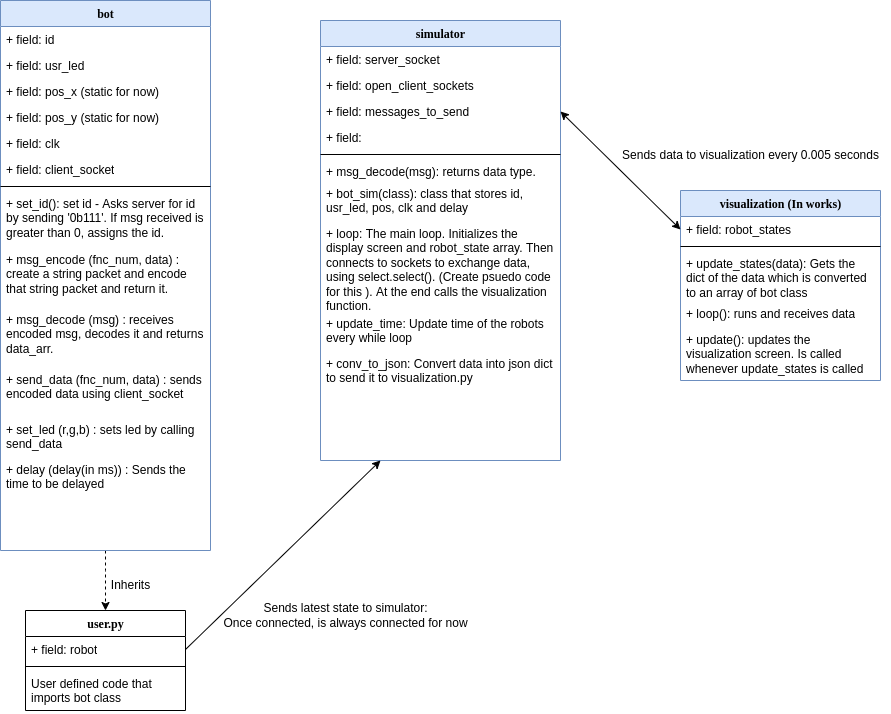
michelleezhang/swarm-simulator keeps this draw.io diagram as .github/images/workflow.drawio.png. Above is the earlier version. Source tidied: cells renumbered, new cells last; positions are measured from the earlier drawing's top-left corner, leaving out a move shared by most shapes.
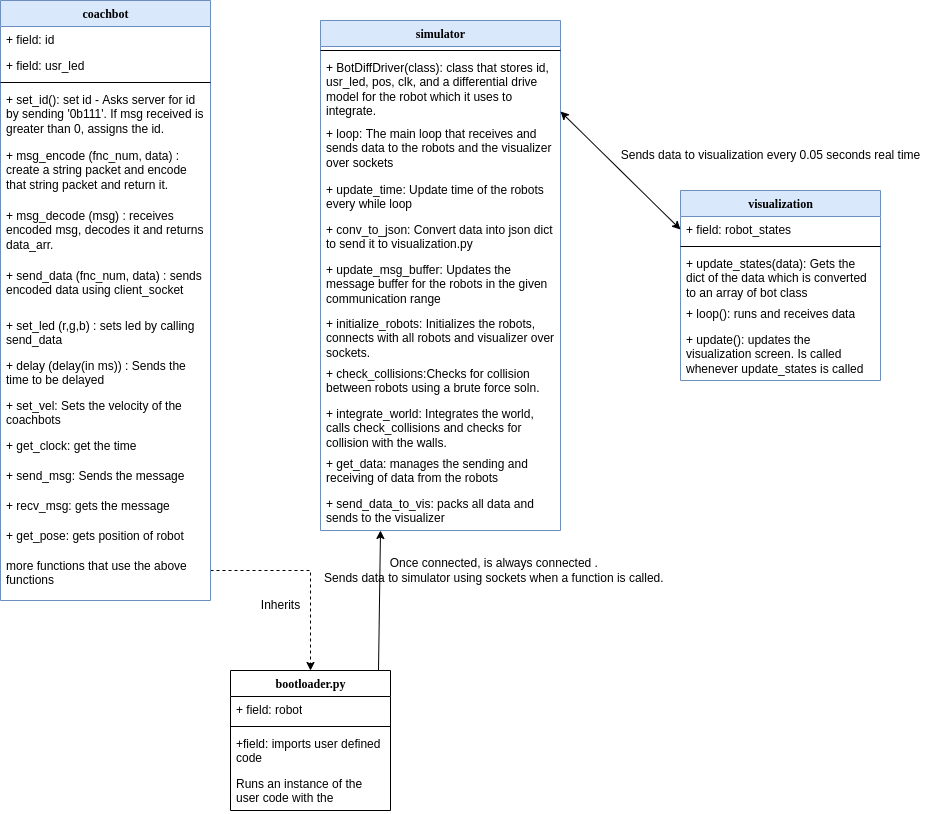
Later version of the same file.

Change to the diagram source:
```diff
@@ -10,8 +10,8 @@
         </Array>
       </mxGeometry>
     </mxCell>
-    <mxCell id="3" value="bot" style="swimlane;html=1;fontStyle=1;align=center;verticalAlign=top;horizontal=1;startSize=26;swimlaneFillColor=#ffffff;rounded=0;shadow=0;comic=0;labelBackgroundColor=none;strokeWidth=1;fillColor=#dae8fc;fontFamily=Verdana;fontSize=12;strokeColor=#6c8ebf;" parent="1" vertex="1">
-      <mxGeometry width="210" height="550" as="geometry" />
+    <mxCell id="3" value="coachbot" style="swimlane;html=1;fontStyle=1;align=center;verticalAlign=top;horizontal=1;startSize=26;swimlaneFillColor=#ffffff;rounded=0;shadow=0;comic=0;labelBackgroundColor=none;strokeWidth=1;fillColor=#dae8fc;fontFamily=Verdana;fontSize=12;strokeColor=#6c8ebf;" parent="1" vertex="1">
+      <mxGeometry width="210" height="600" as="geometry" />
     </mxCell>
     <mxCell id="4" value="+ field: id" style="text;html=1;strokeColor=none;fillColor=none;align=left;verticalAlign=top;spacingLeft=4;spacingRight=4;whiteSpace=wrap;overflow=hidden;" parent="3" vertex="1">
       <mxGeometry y="26" width="210" height="26" as="geometry" />
@@ -19,74 +19,83 @@
     <mxCell id="5" value="+ field: usr_led" style="text;html=1;strokeColor=none;fillColor=none;align=left;verticalAlign=top;spacingLeft=4;spacingRight=4;whiteSpace=wrap;overflow=hidden;" parent="3" vertex="1">
       <mxGeometry y="52" width="210" height="26" as="geometry" />
     </mxCell>
-    <mxCell id="6" value="+ field: pos_x (static for now)" style="text;html=1;strokeColor=none;fillColor=none;align=left;verticalAlign=top;spacingLeft=4;spacingRight=4;whiteSpace=wrap;overflow=hidden;" parent="3" vertex="1">
-      <mxGeometry y="78" width="210" height="26" as="geometry" />
-    </mxCell>
-    <mxCell id="7" value="+ field: pos_y (static for now)" style="text;html=1;strokeColor=none;fillColor=none;align=left;verticalAlign=top;spacingLeft=4;spacingRight=4;whiteSpace=wrap;overflow=hidden;" parent="3" vertex="1">
-      <mxGeometry y="104" width="210" height="26" as="geometry" />
-    </mxCell>
-    <mxCell id="8" value="+ field: clk" style="text;html=1;strokeColor=none;fillColor=none;align=left;verticalAlign=top;spacingLeft=4;spacingRight=4;whiteSpace=wrap;overflow=hidden;" parent="3" vertex="1">
-      <mxGeometry y="130" width="210" height="26" as="geometry" />
-    </mxCell>
-    <mxCell id="9" value="+ field: client_socket" style="text;html=1;strokeColor=none;fillColor=none;align=left;verticalAlign=top;spacingLeft=4;spacingRight=4;whiteSpace=wrap;overflow=hidden;" parent="3" vertex="1">
-      <mxGeometry y="156" width="210" height="26" as="geometry" />
-    </mxCell>
     <mxCell id="10" style="line;html=1;strokeWidth=1;fillColor=none;align=left;verticalAlign=middle;spacingTop=-1;spacingLeft=3;spacingRight=3;labelPosition=right;" parent="3" vertex="1">
-      <mxGeometry y="182" width="210" height="8" as="geometry" />
+      <mxGeometry y="78" width="210" height="8" as="geometry" />
     </mxCell>
     <mxCell id="11" value="+ set_id(): set id - Asks server for id by sending '0b111'. If msg received is greater than 0, assigns the id.&amp;nbsp;" style="text;html=1;strokeColor=none;fillColor=none;align=left;verticalAlign=top;spacingLeft=4;spacingRight=4;whiteSpace=wrap;overflow=hidden;" parent="3" vertex="1">
-      <mxGeometry y="190" width="210" height="56" as="geometry" />
+      <mxGeometry y="86" width="210" height="56" as="geometry" />
     </mxCell>
     <mxCell id="12" value="+ msg_encode (fnc_num, data) : create a string packet and encode that string packet and return it.&amp;nbsp;" style="text;html=1;strokeColor=none;fillColor=none;align=left;verticalAlign=top;spacingLeft=4;spacingRight=4;whiteSpace=wrap;overflow=hidden;" parent="3" vertex="1">
-      <mxGeometry y="246" width="210" height="60" as="geometry" />
+      <mxGeometry y="142" width="210" height="60" as="geometry" />
     </mxCell>
     <mxCell id="13" value="+ msg_decode (msg) : receives encoded msg, decodes it and returns data_arr.&amp;nbsp;" style="text;html=1;strokeColor=none;fillColor=none;align=left;verticalAlign=top;spacingLeft=4;spacingRight=4;whiteSpace=wrap;overflow=hidden;" parent="3" vertex="1">
-      <mxGeometry y="306" width="210" height="60" as="geometry" />
+      <mxGeometry y="202" width="210" height="60" as="geometry" />
     </mxCell>
     <mxCell id="14" value="+ send_data (fnc_num, data) : sends encoded data using client_socket&amp;nbsp;" style="text;html=1;strokeColor=none;fillColor=none;align=left;verticalAlign=top;spacingLeft=4;spacingRight=4;whiteSpace=wrap;overflow=hidden;" parent="3" vertex="1">
-      <mxGeometry y="366" width="210" height="50" as="geometry" />
+      <mxGeometry y="262" width="210" height="50" as="geometry" />
     </mxCell>
     <mxCell id="15" value="+ set_led (r,g,b) : sets led by calling send_data&amp;nbsp;" style="text;html=1;strokeColor=none;fillColor=none;align=left;verticalAlign=top;spacingLeft=4;spacingRight=4;whiteSpace=wrap;overflow=hidden;" parent="3" vertex="1">
-      <mxGeometry y="416" width="210" height="40" as="geometry" />
+      <mxGeometry y="312" width="210" height="40" as="geometry" />
     </mxCell>
     <mxCell id="16" value="+ delay (delay(in ms)) : Sends the time to be delayed" style="text;html=1;strokeColor=none;fillColor=none;align=left;verticalAlign=top;spacingLeft=4;spacingRight=4;whiteSpace=wrap;overflow=hidden;" parent="3" vertex="1">
-      <mxGeometry y="456" width="210" height="70" as="geometry" />
+      <mxGeometry y="352" width="210" height="40" as="geometry" />
     </mxCell>
+    <mxCell id="43" value="+ set_vel: Sets the velocity of the coachbots" style="text;html=1;strokeColor=none;fillColor=none;align=left;verticalAlign=top;spacingLeft=4;spacingRight=4;whiteSpace=wrap;overflow=hidden;" parent="3" vertex="1">
+      <mxGeometry y="392" width="210" height="40" as="geometry" />
+    </mxCell>
+    <mxCell id="44" value="+ get_clock: get the time" style="text;html=1;strokeColor=none;fillColor=none;align=left;verticalAlign=top;spacingLeft=4;spacingRight=4;whiteSpace=wrap;overflow=hidden;" parent="3" vertex="1">
+      <mxGeometry y="432" width="210" height="30" as="geometry" />
+    </mxCell>
+    <mxCell id="45" value="+ send_msg: Sends the message" style="text;html=1;strokeColor=none;fillColor=none;align=left;verticalAlign=top;spacingLeft=4;spacingRight=4;whiteSpace=wrap;overflow=hidden;" parent="3" vertex="1">
+      <mxGeometry y="462" width="210" height="30" as="geometry" />
+    </mxCell>
+    <mxCell id="46" value="+ recv_msg: gets the message" style="text;html=1;strokeColor=none;fillColor=none;align=left;verticalAlign=top;spacingLeft=4;spacingRight=4;whiteSpace=wrap;overflow=hidden;" parent="3" vertex="1">
+      <mxGeometry y="492" width="210" height="30" as="geometry" />
+    </mxCell>
+    <mxCell id="47" value="+ get_pose: gets position of robot&amp;nbsp;" style="text;html=1;strokeColor=none;fillColor=none;align=left;verticalAlign=top;spacingLeft=4;spacingRight=4;whiteSpace=wrap;overflow=hidden;" parent="3" vertex="1">
+      <mxGeometry y="522" width="210" height="30" as="geometry" />
+    </mxCell>
+    <mxCell id="48" value="more functions that use the above functions&amp;nbsp;" style="text;html=1;strokeColor=none;fillColor=none;align=left;verticalAlign=top;spacingLeft=4;spacingRight=4;whiteSpace=wrap;overflow=hidden;" parent="3" vertex="1">
+      <mxGeometry y="552" width="210" height="40" as="geometry" />
+    </mxCell>
     <mxCell id="17" value="simulator" style="swimlane;html=1;fontStyle=1;align=center;verticalAlign=top;horizontal=1;startSize=26;swimlaneFillColor=#ffffff;rounded=0;shadow=0;comic=0;labelBackgroundColor=none;strokeWidth=1;fillColor=#dae8fc;fontFamily=Verdana;fontSize=12;strokeColor=#6c8ebf;" parent="1" vertex="1">
-      <mxGeometry x="320" y="20" width="240" height="440" as="geometry" />
+      <mxGeometry x="320" y="20" width="240" height="510" as="geometry" />
     </mxCell>
-    <mxCell id="18" value="+ field: server_socket" style="text;html=1;strokeColor=none;fillColor=none;align=left;verticalAlign=top;spacingLeft=4;spacingRight=4;whiteSpace=wrap;overflow=hidden;" parent="17" vertex="1">
-      <mxGeometry y="26" width="240" height="26" as="geometry" />
-    </mxCell>
-    <mxCell id="19" value="+ field: open_client_sockets" style="text;html=1;strokeColor=none;fillColor=none;align=left;verticalAlign=top;spacingLeft=4;spacingRight=4;whiteSpace=wrap;overflow=hidden;" parent="17" vertex="1">
-      <mxGeometry y="52" width="240" height="26" as="geometry" />
-    </mxCell>
-    <mxCell id="20" value="+ field: messages_to_send" style="text;html=1;strokeColor=none;fillColor=none;align=left;verticalAlign=top;spacingLeft=4;spacingRight=4;whiteSpace=wrap;overflow=hidden;points=[[0,0.5],[1,0.5]];portConstraint=eastwest;" parent="17" vertex="1">
-      <mxGeometry y="78" width="240" height="26" as="geometry" />
-    </mxCell>
-    <mxCell id="21" value="+ field:&amp;nbsp;" style="text;html=1;strokeColor=none;fillColor=none;align=left;verticalAlign=top;spacingLeft=4;spacingRight=4;whiteSpace=wrap;overflow=hidden;" parent="17" vertex="1">
-      <mxGeometry y="104" width="240" height="26" as="geometry" />
-    </mxCell>
     <mxCell id="22" style="line;html=1;strokeWidth=1;fillColor=none;align=left;verticalAlign=middle;spacingTop=-1;spacingLeft=3;spacingRight=3;labelPosition=right;" parent="17" vertex="1">
-      <mxGeometry y="130" width="240" height="8" as="geometry" />
+      <mxGeometry y="26" width="240" height="8" as="geometry" />
     </mxCell>
-    <mxCell id="23" value="+ msg_decode(msg): returns data type.&amp;nbsp;" style="text;html=1;strokeColor=none;fillColor=none;align=left;verticalAlign=top;spacingLeft=4;spacingRight=4;whiteSpace=wrap;overflow=hidden;" parent="17" vertex="1">
-      <mxGeometry y="138" width="240" height="22" as="geometry" />
-    </mxCell>
-    <mxCell id="24" value="+ bot_sim(class): class that stores id, usr_led, pos, clk and delay&amp;nbsp;" style="text;html=1;strokeColor=none;fillColor=none;align=left;verticalAlign=top;spacingLeft=4;spacingRight=4;whiteSpace=wrap;overflow=hidden;" parent="17" vertex="1">
-      <mxGeometry y="160" width="240" height="40" as="geometry" />
+    <mxCell id="24" value="+ BotDiffDriver(class): class that stores id, usr_led, pos, clk, and a differential drive model for the robot which it uses to integrate.&amp;nbsp; &amp;nbsp;" style="text;html=1;strokeColor=none;fillColor=none;align=left;verticalAlign=top;spacingLeft=4;spacingRight=4;whiteSpace=wrap;overflow=hidden;" parent="17" vertex="1">
+      <mxGeometry y="34" width="240" height="66" as="geometry" />
     </mxCell>
-    <mxCell id="25" value="+ loop: The main loop. Initializes the display screen and robot_state array. Then connects to sockets to exchange data, using select.select(). (Create psuedo code for this ). At the end calls the visualization function.&amp;nbsp;" style="text;html=1;strokeColor=none;fillColor=none;align=left;verticalAlign=top;spacingLeft=4;spacingRight=4;whiteSpace=wrap;overflow=hidden;" parent="17" vertex="1">
-      <mxGeometry y="200" width="240" height="90" as="geometry" />
+    <mxCell id="25" value="+ loop: The main loop that receives and sends data to the robots and the visualizer over sockets" style="text;html=1;strokeColor=none;fillColor=none;align=left;verticalAlign=top;spacingLeft=4;spacingRight=4;whiteSpace=wrap;overflow=hidden;" parent="17" vertex="1">
+      <mxGeometry y="100" width="240" height="56" as="geometry" />
     </mxCell>
     <mxCell id="26" value="+ update_time: Update time of the robots every while loop" style="text;html=1;strokeColor=none;fillColor=none;align=left;verticalAlign=top;spacingLeft=4;spacingRight=4;whiteSpace=wrap;overflow=hidden;" parent="17" vertex="1">
-      <mxGeometry y="290" width="240" height="40" as="geometry" />
+      <mxGeometry y="156" width="240" height="40" as="geometry" />
     </mxCell>
     <mxCell id="27" value="+ conv_to_json: Convert data into json dict to send it to visualization.py&amp;nbsp;" style="text;html=1;strokeColor=none;fillColor=none;align=left;verticalAlign=top;spacingLeft=4;spacingRight=4;whiteSpace=wrap;overflow=hidden;" parent="17" vertex="1">
-      <mxGeometry y="330" width="240" height="40" as="geometry" />
+      <mxGeometry y="196" width="240" height="40" as="geometry" />
     </mxCell>
+    <mxCell id="49" value="+ update_msg_buffer: Updates the message buffer for the robots in the given communication range" style="text;html=1;strokeColor=none;fillColor=none;align=left;verticalAlign=top;spacingLeft=4;spacingRight=4;whiteSpace=wrap;overflow=hidden;" parent="17" vertex="1">
+      <mxGeometry y="236" width="240" height="54" as="geometry" />
+    </mxCell>
+    <mxCell id="50" value="+ initialize_robots: Initializes the robots, connects with all robots and visualizer over sockets.&amp;nbsp;&amp;nbsp;" style="text;html=1;strokeColor=none;fillColor=none;align=left;verticalAlign=top;spacingLeft=4;spacingRight=4;whiteSpace=wrap;overflow=hidden;" parent="17" vertex="1">
+      <mxGeometry y="290" width="240" height="50" as="geometry" />
+    </mxCell>
+    <mxCell id="51" value="+ check_collisions:Checks for collision between robots using a brute force soln." style="text;html=1;strokeColor=none;fillColor=none;align=left;verticalAlign=top;spacingLeft=4;spacingRight=4;whiteSpace=wrap;overflow=hidden;" parent="17" vertex="1">
+      <mxGeometry y="340" width="240" height="40" as="geometry" />
+    </mxCell>
+    <mxCell id="52" value="+ integrate_world: Integrates the world, calls check_collisions and checks for collision with the walls.&amp;nbsp;" style="text;html=1;strokeColor=none;fillColor=none;align=left;verticalAlign=top;spacingLeft=4;spacingRight=4;whiteSpace=wrap;overflow=hidden;" parent="17" vertex="1">
+      <mxGeometry y="380" width="240" height="50" as="geometry" />
+    </mxCell>
+    <mxCell id="53" value="+ get_data: manages the sending and receiving of data from the robots" style="text;html=1;strokeColor=none;fillColor=none;align=left;verticalAlign=top;spacingLeft=4;spacingRight=4;whiteSpace=wrap;overflow=hidden;" parent="17" vertex="1">
+      <mxGeometry y="430" width="240" height="40" as="geometry" />
+    </mxCell>
+    <mxCell id="54" value="+ send_data_to_vis: packs all data and sends to the visualizer" style="text;html=1;strokeColor=none;fillColor=none;align=left;verticalAlign=top;spacingLeft=4;spacingRight=4;whiteSpace=wrap;overflow=hidden;" parent="17" vertex="1">
+      <mxGeometry y="470" width="240" height="40" as="geometry" />
+    </mxCell>
-    <mxCell id="28" value="user.py" style="swimlane;html=1;fontStyle=1;align=center;verticalAlign=top;horizontal=1;startSize=26;swimlaneFillColor=#ffffff;rounded=0;shadow=0;comic=0;labelBackgroundColor=none;strokeWidth=1;fillColor=none;fontFamily=Verdana;fontSize=12;" parent="1" vertex="1">
-      <mxGeometry x="25" y="610" width="160" height="100" as="geometry" />
+    <mxCell id="28" value="bootloader.py" style="swimlane;html=1;fontStyle=1;align=center;verticalAlign=top;horizontal=1;startSize=26;swimlaneFillColor=#ffffff;rounded=0;shadow=0;comic=0;labelBackgroundColor=none;strokeWidth=1;fillColor=none;fontFamily=Verdana;fontSize=12;" parent="1" vertex="1">
+      <mxGeometry x="230" y="670" width="160" height="140" as="geometry" />
     </mxCell>
     <mxCell id="29" value="+ field: robot" style="text;html=1;strokeColor=none;fillColor=none;align=left;verticalAlign=top;spacingLeft=4;spacingRight=4;whiteSpace=wrap;overflow=hidden;points=[[0,0.5],[1,0.5]];portConstraint=eastwest;" parent="28" vertex="1">
       <mxGeometry y="26" width="160" height="26" as="geometry" />
@@ -94,13 +103,16 @@
     <mxCell id="30" style="line;html=1;strokeWidth=1;fillColor=none;align=left;verticalAlign=middle;spacingTop=-1;spacingLeft=3;spacingRight=3;labelPosition=right;" parent="28" vertex="1">
       <mxGeometry y="52" width="160" height="8" as="geometry" />
     </mxCell>
-    <mxCell id="31" value="User defined code that imports bot class" style="text;html=1;strokeColor=none;fillColor=none;align=left;verticalAlign=top;spacingLeft=4;spacingRight=4;whiteSpace=wrap;overflow=hidden;" parent="28" vertex="1">
+    <mxCell id="31" value="+field: imports user defined code" style="text;html=1;strokeColor=none;fillColor=none;align=left;verticalAlign=top;spacingLeft=4;spacingRight=4;whiteSpace=wrap;overflow=hidden;" parent="28" vertex="1">
       <mxGeometry y="60" width="160" height="40" as="geometry" />
     </mxCell>
+    <mxCell id="55" value="Runs an instance of the user code with the&amp;nbsp;" style="text;html=1;strokeColor=none;fillColor=none;align=left;verticalAlign=top;spacingLeft=4;spacingRight=4;whiteSpace=wrap;overflow=hidden;" parent="28" vertex="1">
+      <mxGeometry y="100" width="160" height="40" as="geometry" />
+    </mxCell>
     <mxCell id="32" value="Inherits" style="text;html=1;align=center;verticalAlign=middle;fillColor=none;strokeColor=none;rounded=0;" parent="1" vertex="1">
-      <mxGeometry x="100" y="570" width="60" height="30" as="geometry" />
+      <mxGeometry x="250" y="590" width="60" height="30" as="geometry" />
     </mxCell>
-    <mxCell id="33" value="visualization (In works)" style="swimlane;html=1;fontStyle=1;align=center;verticalAlign=top;horizontal=1;startSize=26;swimlaneFillColor=#ffffff;rounded=0;shadow=0;comic=0;labelBackgroundColor=none;strokeWidth=1;fillColor=#dae8fc;fontFamily=Verdana;fontSize=12;strokeColor=#6c8ebf;" parent="1" vertex="1">
+    <mxCell id="33" value="visualization" style="swimlane;html=1;fontStyle=1;align=center;verticalAlign=top;horizontal=1;startSize=26;swimlaneFillColor=#ffffff;rounded=0;shadow=0;comic=0;labelBackgroundColor=none;strokeWidth=1;fillColor=#dae8fc;fontFamily=Verdana;fontSize=12;strokeColor=#6c8ebf;" parent="1" vertex="1">
       <mxGeometry x="680" y="190" width="200" height="190" as="geometry" />
     </mxCell>
     <mxCell id="34" value="+ field: robot_states" style="text;html=1;strokeColor=none;fillColor=none;align=left;verticalAlign=top;spacingLeft=4;spacingRight=4;whiteSpace=wrap;overflow=hidden;points=[[0,0.5],[1,0.5]];portConstraint=eastwest;" parent="33" vertex="1">
@@ -118,17 +130,19 @@
     <mxCell id="38" value="+ update(): updates the visualization screen. Is called whenever update_states is called" style="text;html=1;strokeColor=none;fillColor=none;align=left;verticalAlign=top;spacingLeft=4;spacingRight=4;whiteSpace=wrap;overflow=hidden;" parent="33" vertex="1">
       <mxGeometry y="136" width="200" height="54" as="geometry" />
     </mxCell>
-    <mxCell id="39" style="endArrow=classic;html=1;rounded=0;exitX=1;exitY=0.5;exitDx=0;exitDy=0;entryX=0.25;entryY=1;entryDx=0;entryDy=0;" parent="1" edge="1" source="29" target="17">
+    <mxCell id="39" style="endArrow=classic;html=1;rounded=0;exitX=0.925;exitY=0;exitDx=0;exitDy=0;entryX=0.25;entryY=1;entryDx=0;entryDy=0;exitPerimeter=0;" parent="1" edge="1" source="28" target="17">
       <mxGeometry relative="1" as="geometry" />
     </mxCell>
-    <mxCell id="40" value="Sends latest state to simulator:&lt;br&gt;Once connected, is always connected for now" style="text;html=1;align=center;verticalAlign=middle;fillColor=none;strokeColor=none;rounded=0;" parent="1" vertex="1">
-      <mxGeometry x="210" y="595" width="270" height="40" as="geometry" />
+    <mxCell id="40" value="Once connected, is always connected . &lt;br&gt;Sends data to simulator using sockets when a function is called.&amp;nbsp;" style="text;html=1;align=center;verticalAlign=middle;fillColor=none;strokeColor=none;rounded=0;" parent="1" vertex="1">
+      <mxGeometry x="310" y="550" width="370" height="40" as="geometry" />
     </mxCell>
-    <mxCell id="41" style="endArrow=classic;html=1;rounded=0;fillColor=#dae8fc;strokeColor=#000000;entryX=0;entryY=0.5;entryDx=0;entryDy=0;exitX=1;exitY=0.5;exitDx=0;exitDy=0;startArrow=classic;startFill=1;" parent="1" edge="1" source="20" target="34">
-      <mxGeometry relative="1" as="geometry" />
+    <mxCell id="41" style="endArrow=classic;html=1;rounded=0;fillColor=#dae8fc;strokeColor=#000000;entryX=0;entryY=0.5;entryDx=0;entryDy=0;exitX=1;exitY=0.5;exitDx=0;exitDy=0;startArrow=classic;startFill=1;" parent="1" edge="1" target="34">
+      <mxGeometry relative="1" as="geometry">
+        <mxPoint x="560" y="111" as="sourcePoint" />
+      </mxGeometry>
     </mxCell>
-    <mxCell id="42" value="Sends data to visualization every 0.005 seconds" style="text;html=1;align=center;verticalAlign=middle;fillColor=none;strokeColor=none;rounded=0;" parent="1" vertex="1">
-      <mxGeometry x="610" y="140" width="280" height="30" as="geometry" />
+    <mxCell id="42" value="Sends data to visualization every 0.05 seconds real time" style="text;html=1;align=center;verticalAlign=middle;fillColor=none;strokeColor=none;rounded=0;" parent="1" vertex="1">
+      <mxGeometry x="610" y="140" width="320" height="30" as="geometry" />
     </mxCell>
   </root>
 </mxGraphModel>
```
